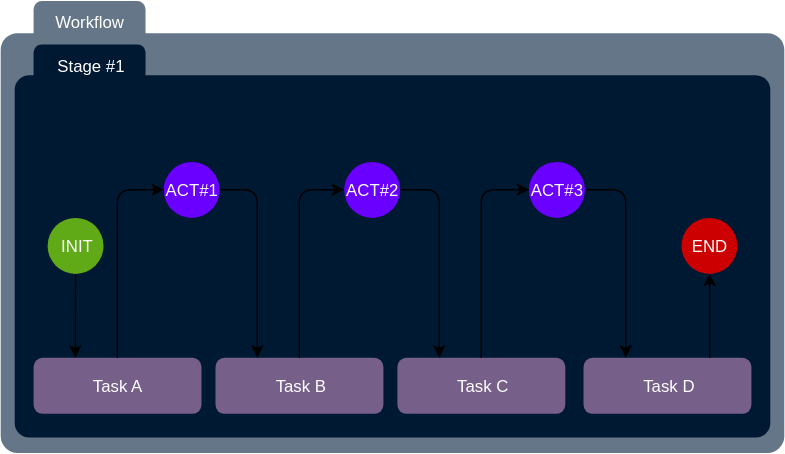
Above: design/clef-workflow-single-direction-action.svg in arkitik/clef-workflow (draw.io), before the change. Source tidied: cells renumbered, new cells last; positions are measured from the earlier drawing's top-left corner, leaving out a move shared by most shapes.
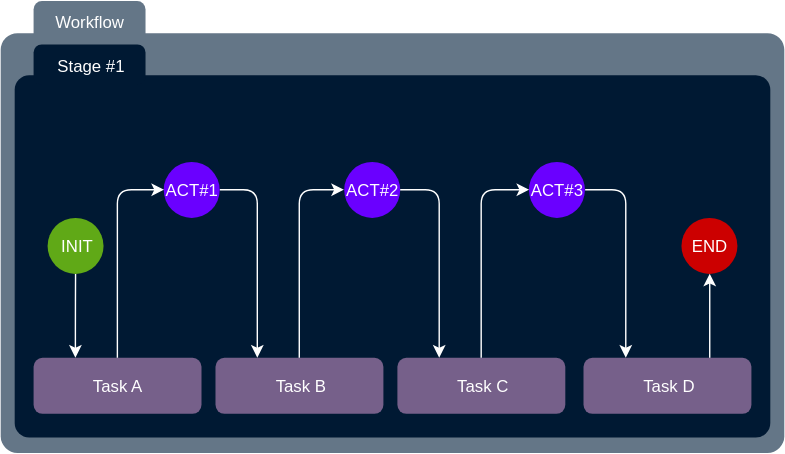
The same diagram one commit later.

What changed in the source:
```diff
@@ -26,7 +26,7 @@
     <mxCell id="9" value="Task D" style="rounded=1;whiteSpace=wrap;html=1;shadow=0;glass=0;comic=0;fillColor=#76608a;strokeColor=none;fontColor=#ffffff;arcSize=16;" parent="6" vertex="1">
       <mxGeometry x="393" y="140" width="120" height="40" as="geometry" />
     </mxCell>
-    <mxCell id="10" style="edgeStyle=orthogonalEdgeStyle;rounded=1;jettySize=auto;html=1;entryX=0.25;entryY=0;entryDx=0;entryDy=0;" parent="6" edge="1" source="11" target="8">
+    <mxCell id="10" style="edgeStyle=orthogonalEdgeStyle;rounded=1;jettySize=auto;html=1;entryX=0.25;entryY=0;entryDx=0;entryDy=0;strokeColor=#ffffff;" parent="6" edge="1" source="11" target="8">
       <mxGeometry relative="1" as="geometry">
         <Array as="points">
           <mxPoint x="160" y="20" />
@@ -36,13 +36,13 @@
     <mxCell id="11" value="ACT#1" style="ellipse;whiteSpace=wrap;html=1;rounded=1;shadow=0;glass=0;comic=0;fillColor=#6a00ff;strokeColor=none;fontColor=#ffffff;" parent="6" vertex="1">
       <mxGeometry x="93" width="40" height="40" as="geometry" />
     </mxCell>
-    <mxCell id="12" style="edgeStyle=orthogonalEdgeStyle;rounded=1;jettySize=auto;html=1;entryX=0;entryY=0.5;entryDx=0;entryDy=0;" parent="6" edge="1" source="7" target="11">
+    <mxCell id="12" style="edgeStyle=orthogonalEdgeStyle;rounded=1;jettySize=auto;html=1;entryX=0;entryY=0.5;entryDx=0;entryDy=0;strokeColor=#ffffff;" parent="6" edge="1" source="7" target="11">
       <mxGeometry relative="1" as="geometry" />
     </mxCell>
     <mxCell id="13" value="ACT#2" style="ellipse;whiteSpace=wrap;html=1;rounded=1;shadow=0;glass=0;comic=0;fillColor=#6a00ff;strokeColor=none;fontColor=#ffffff;" parent="6" vertex="1">
       <mxGeometry x="222" width="40" height="40" as="geometry" />
     </mxCell>
-    <mxCell id="14" style="edgeStyle=orthogonalEdgeStyle;rounded=1;jettySize=auto;html=1;entryX=0;entryY=0.5;entryDx=0;entryDy=0;exitX=0.5;exitY=0;exitDx=0;exitDy=0;" parent="6" edge="1" source="8" target="13">
+    <mxCell id="14" style="edgeStyle=orthogonalEdgeStyle;rounded=1;jettySize=auto;html=1;entryX=0;entryY=0.5;entryDx=0;entryDy=0;exitX=0.5;exitY=0;exitDx=0;exitDy=0;strokeColor=#ffffff;" parent="6" edge="1" source="8" target="13">
       <mxGeometry relative="1" as="geometry">
         <Array as="points">
           <mxPoint x="190" y="20" />
@@ -52,13 +52,13 @@
     <mxCell id="15" value="END" style="ellipse;whiteSpace=wrap;html=1;rounded=1;shadow=0;glass=0;comic=0;fillColor=#CC0000;strokeColor=none;fontColor=#ffffff;" parent="6" vertex="1">
       <mxGeometry x="463" y="40" width="40" height="40" as="geometry" />
     </mxCell>
-    <mxCell id="16" style="edgeStyle=orthogonalEdgeStyle;rounded=1;jettySize=auto;html=1;entryX=0.5;entryY=1;entryDx=0;entryDy=0;exitX=0.75;exitY=0;exitDx=0;exitDy=0;" parent="6" edge="1" source="9" target="15">
+    <mxCell id="16" style="edgeStyle=orthogonalEdgeStyle;rounded=1;jettySize=auto;html=1;entryX=0.5;entryY=1;entryDx=0;entryDy=0;exitX=0.75;exitY=0;exitDx=0;exitDy=0;strokeColor=#ffffff;" parent="6" edge="1" source="9" target="15">
       <mxGeometry relative="1" as="geometry" />
     </mxCell>
     <mxCell id="17" value="Task C" style="rounded=1;whiteSpace=wrap;html=1;shadow=0;glass=0;comic=0;fillColor=#76608a;strokeColor=none;fontColor=#ffffff;arcSize=16;" parent="6" vertex="1">
       <mxGeometry x="260" y="140" width="120" height="40" as="geometry" />
     </mxCell>
-    <mxCell id="18" style="edgeStyle=orthogonalEdgeStyle;rounded=1;jettySize=auto;html=1;entryX=0.25;entryY=0;entryDx=0;entryDy=0;" parent="6" edge="1" source="13" target="17">
+    <mxCell id="18" style="edgeStyle=orthogonalEdgeStyle;rounded=1;jettySize=auto;html=1;entryX=0.25;entryY=0;entryDx=0;entryDy=0;strokeColor=#ffffff;" parent="6" edge="1" source="13" target="17">
       <mxGeometry relative="1" as="geometry">
         <Array as="points">
           <mxPoint x="290" y="90" />
@@ -66,7 +66,7 @@
         </Array>
       </mxGeometry>
     </mxCell>
-    <mxCell id="19" style="edgeStyle=orthogonalEdgeStyle;rounded=1;jettySize=auto;html=1;entryX=0.25;entryY=0;entryDx=0;entryDy=0;exitX=1;exitY=0.5;exitDx=0;exitDy=0;" parent="6" edge="1" source="20" target="9">
+    <mxCell id="19" style="edgeStyle=orthogonalEdgeStyle;rounded=1;jettySize=auto;html=1;entryX=0.25;entryY=0;entryDx=0;entryDy=0;exitX=1;exitY=0.5;exitDx=0;exitDy=0;strokeColor=#ffffff;" parent="6" edge="1" source="20" target="9">
       <mxGeometry relative="1" as="geometry">
         <Array as="points">
           <mxPoint x="423" y="20" />
@@ -76,10 +76,10 @@
     <mxCell id="20" value="ACT#3" style="ellipse;whiteSpace=wrap;html=1;rounded=1;shadow=0;glass=0;comic=0;fillColor=#6a00ff;strokeColor=none;fontColor=#ffffff;" parent="6" vertex="1">
       <mxGeometry x="354" width="40" height="40" as="geometry" />
     </mxCell>
-    <mxCell id="21" style="edgeStyle=orthogonalEdgeStyle;rounded=1;jettySize=auto;html=1;entryX=0;entryY=0.5;entryDx=0;entryDy=0;" parent="6" edge="1" source="17" target="20">
+    <mxCell id="21" style="edgeStyle=orthogonalEdgeStyle;rounded=1;jettySize=auto;html=1;entryX=0;entryY=0.5;entryDx=0;entryDy=0;strokeColor=#ffffff;" parent="6" edge="1" source="17" target="20">
       <mxGeometry relative="1" as="geometry" />
     </mxCell>
-    <mxCell id="22" style="edgeStyle=orthogonalEdgeStyle;rounded=1;jettySize=auto;html=1;entryX=0.25;entryY=0;entryDx=0;entryDy=0;" parent="6" edge="1" source="23" target="7">
+    <mxCell id="22" style="edgeStyle=orthogonalEdgeStyle;rounded=1;jettySize=auto;html=1;entryX=0.25;entryY=0;entryDx=0;entryDy=0;strokeColor=#ffffff;" parent="6" edge="1" source="23" target="7">
       <mxGeometry relative="1" as="geometry" />
     </mxCell>
     <mxCell id="23" value="INIT" style="ellipse;whiteSpace=wrap;html=1;rounded=1;shadow=0;glass=0;comic=0;fillColor=#60a917;strokeColor=none;fontColor=#ffffff;" parent="6" vertex="1">
```
